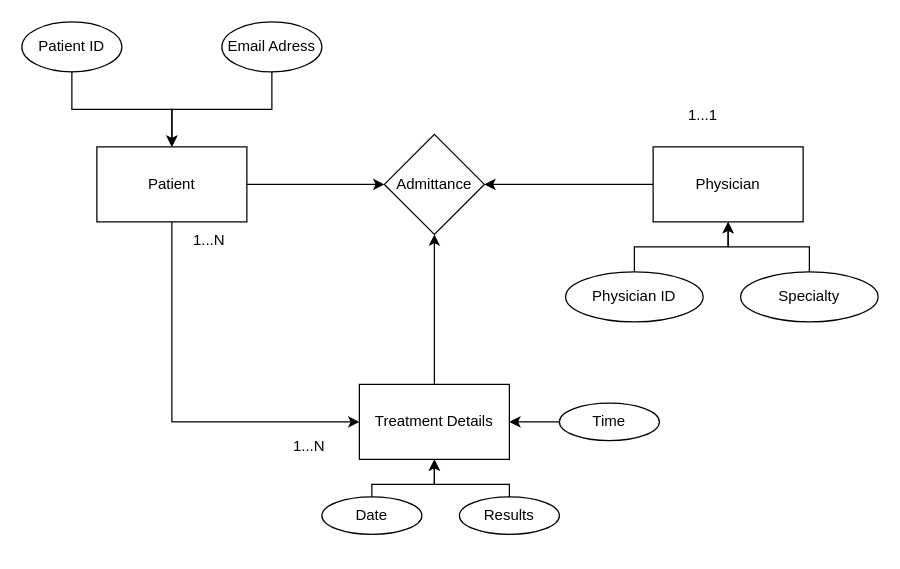
This is Untitled Diagram.drawio.xml from yang75009/Github-try, a draw.io file, before an edit. Source tidied: cells renumbered, new cells numbered last; positions are measured from the earlier drawing's top-left corner, leaving out a move shared by most shapes. Both pictures are drawn from the tidied source at 125%, with x=0, y=0 at pixel (21, 21).
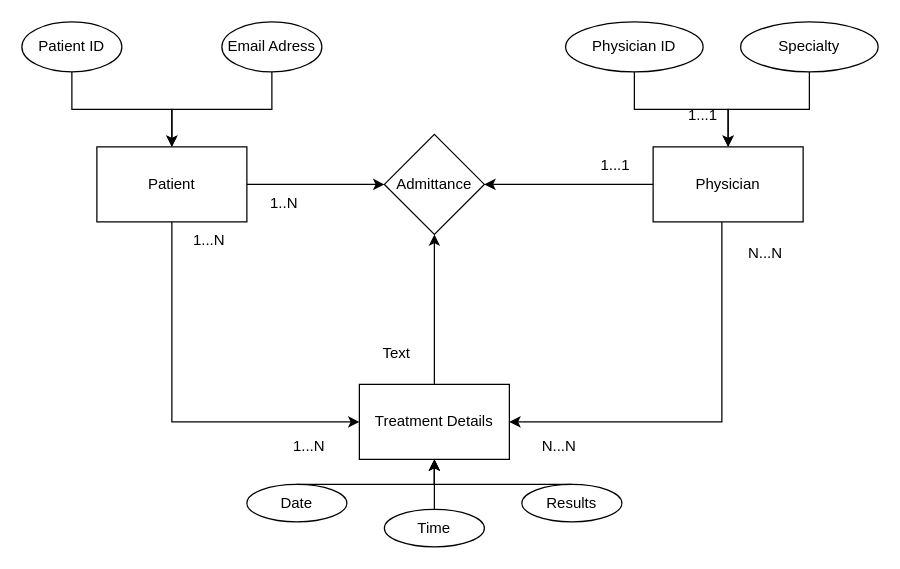
The same page after the edit.

Commit message:
Corrected Formating

Unchanged cells that the change refers to:
```xml
<mxCell id="6" value="Physician" style="rounded=0;whiteSpace=wrap;html=1;" parent="1" vertex="1">
  <mxGeometry x="505" y="100" width="120" height="60" as="geometry" />
</mxCell>
<mxCell id="8" value="Treatment Details" style="rounded=0;whiteSpace=wrap;html=1;" parent="1" vertex="1">
  <mxGeometry x="270" y="290" width="120" height="60" as="geometry" />
</mxCell>
```

The edit, as a diff of the source:
```diff
@@
+    <mxCell id="27" style="edgeStyle=orthogonalEdgeStyle;rounded=0;jettySize=auto;html=1;entryX=1;entryY=0.5;entryDx=0;entryDy=0;" parent="1" edge="1" source="6" target="8">
+      <mxGeometry relative="1" as="geometry">
+        <Array as="points">
+          <mxPoint x="560" y="320" />
+        </Array>
+      </mxGeometry>
+    </mxCell>
@@
     <mxCell id="10" value="Physician ID" style="ellipse;whiteSpace=wrap;html=1;" parent="1" vertex="1">
-      <mxGeometry x="435" y="200" width="110" height="40" as="geometry" />
+      <mxGeometry x="435" width="110" height="40" as="geometry" />
     </mxCell>
@@
     <mxCell id="12" value="Specialty" style="ellipse;whiteSpace=wrap;html=1;" parent="1" vertex="1">
-      <mxGeometry x="575" y="200" width="110" height="40" as="geometry" />
+      <mxGeometry x="575" width="110" height="40" as="geometry" />
     </mxCell>
@@
     <mxCell id="18" value="Date" style="ellipse;whiteSpace=wrap;html=1;" parent="1" vertex="1">
-      <mxGeometry x="240" y="380" width="80" height="30" as="geometry" />
+      <mxGeometry x="180" y="370" width="80" height="30" as="geometry" />
     </mxCell>
@@
     <mxCell id="20" value="Time" style="ellipse;whiteSpace=wrap;html=1;" parent="1" vertex="1">
-      <mxGeometry x="430" y="305" width="80" height="30" as="geometry" />
+      <mxGeometry x="290" y="390" width="80" height="30" as="geometry" />
     </mxCell>
@@
     <mxCell id="22" value="Results" style="ellipse;whiteSpace=wrap;html=1;" parent="1" vertex="1">
-      <mxGeometry x="350" y="380" width="80" height="30" as="geometry" />
+      <mxGeometry x="400" y="370" width="80" height="30" as="geometry" />
     </mxCell>
@@
+    <mxCell id="28" value="1...1" style="text;html=1;strokeColor=none;fillColor=none;align=center;verticalAlign=middle;whiteSpace=wrap;rounded=0;" parent="1" vertex="1">
+      <mxGeometry x="445" y="100" width="60" height="30" as="geometry" />
+    </mxCell>
+    <mxCell id="29" value="1..N" style="text;html=1;strokeColor=none;fillColor=none;align=center;verticalAlign=middle;whiteSpace=wrap;rounded=0;" parent="1" vertex="1">
+      <mxGeometry x="180" y="130" width="60" height="30" as="geometry" />
+    </mxCell>
+    <mxCell id="30" value="Text" style="text;html=1;strokeColor=none;fillColor=none;align=center;verticalAlign=middle;whiteSpace=wrap;rounded=0;" parent="1" vertex="1">
+      <mxGeometry x="270" y="250" width="60" height="30" as="geometry" />
+    </mxCell>
+    <mxCell id="31" value="N...N" style="text;html=1;strokeColor=none;fillColor=none;align=center;verticalAlign=middle;whiteSpace=wrap;rounded=0;" parent="1" vertex="1">
+      <mxGeometry x="565" y="170" width="60" height="30" as="geometry" />
+    </mxCell>
+    <mxCell id="32" value="N...N" style="text;html=1;strokeColor=none;fillColor=none;align=center;verticalAlign=middle;whiteSpace=wrap;rounded=0;" parent="1" vertex="1">
+      <mxGeometry x="400" y="325" width="60" height="30" as="geometry" />
+    </mxCell>
```
